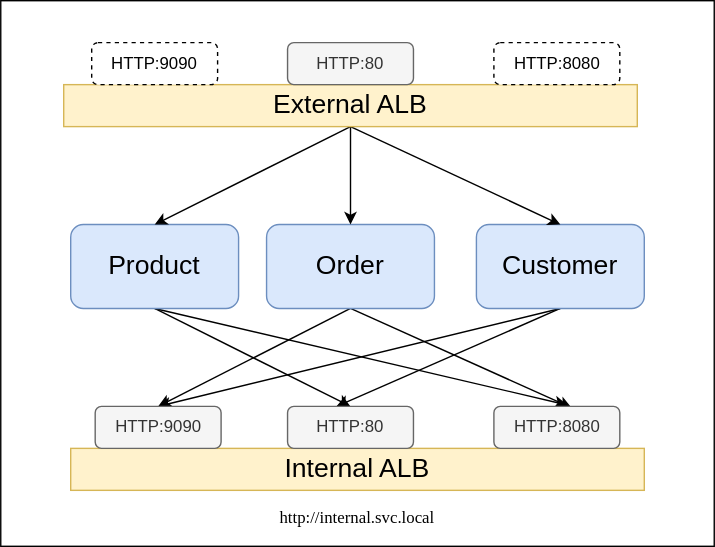
Before: images/DualAlbFargateService.svg, a diagram exported from draw.io (briancaffey/cdk-fargate-patterns). Source tidied: cells renumbered, new cells last; positions are measured from the earlier drawing's top-left corner, leaving out a move shared by most shapes.
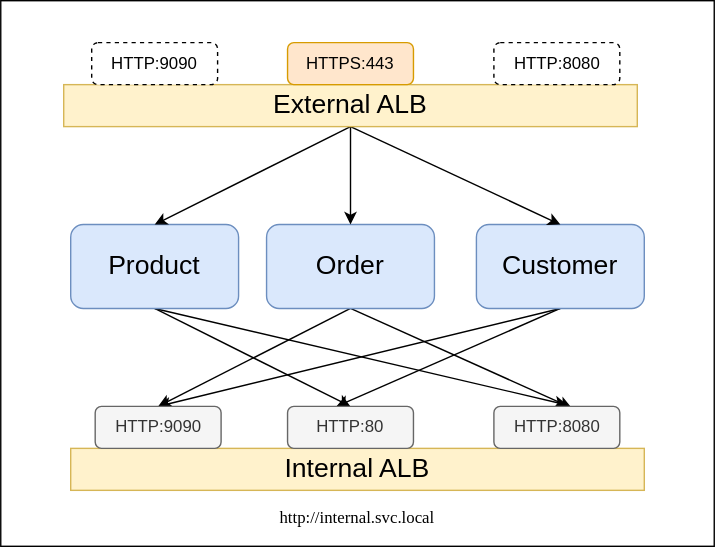
Above is the later version.

Change to the diagram source:
```diff
@@ -64,7 +64,7 @@
     <mxCell id="21" value="HTTP:8080" style="rounded=1;whiteSpace=wrap;html=1;fillColor=#f5f5f5;strokeColor=#666666;fontColor=#333333;" parent="1" vertex="1">
       <mxGeometry x="352.5" y="290" width="90" height="30" as="geometry" />
     </mxCell>
-    <mxCell id="22" value="HTTP:80" style="rounded=1;whiteSpace=wrap;html=1;fillColor=#f5f5f5;strokeColor=#666666;fontColor=#333333;" parent="1" vertex="1">
+    <mxCell id="22" value="HTTPS:443" style="rounded=1;whiteSpace=wrap;html=1;fillColor=#ffe6cc;strokeColor=#d79b00;" parent="1" vertex="1">
       <mxGeometry x="205" y="30" width="90" height="30" as="geometry" />
     </mxCell>
     <mxCell id="23" value="HTTP:9090" style="rounded=1;whiteSpace=wrap;html=1;dashed=1;" parent="1" vertex="1">
```
